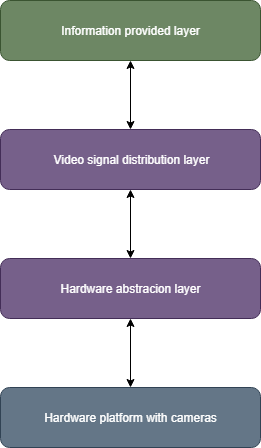
The draw.io diagram res/sw-arch-camera-service.png in rondor1/msc, before a commit. Source tidied: cells renumbered, new cells last; positions are measured from the earlier drawing's top-left corner, leaving out a move shared by most shapes.
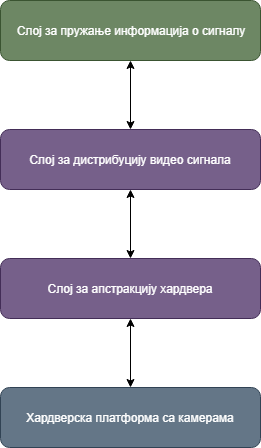
The same diagram one commit later.

Change to the diagram source:
```diff
@@ -2,13 +2,13 @@
   <root>
     <mxCell id="0" />
     <mxCell id="1" parent="0" />
-    <mxCell id="2" value="Information provided layer" style="rounded=1;whiteSpace=wrap;html=1;fillColor=#6d8764;strokeColor=#3A5431;fontColor=#ffffff;" parent="1" vertex="1">
+    <mxCell id="2" value="Слој за пружање информација о сигналу" style="rounded=1;whiteSpace=wrap;html=1;fillColor=#6d8764;strokeColor=#3A5431;fontColor=#ffffff;" parent="1" vertex="1">
       <mxGeometry width="260" height="60" as="geometry" />
     </mxCell>
-    <mxCell id="3" value="Video signal distribution layer" style="rounded=1;whiteSpace=wrap;html=1;fillColor=#76608a;strokeColor=#432D57;fontColor=#ffffff;" parent="1" vertex="1">
+    <mxCell id="3" value="Слој за дистрибуцију видео сигнала" style="rounded=1;whiteSpace=wrap;html=1;fillColor=#76608a;strokeColor=#432D57;fontColor=#ffffff;" parent="1" vertex="1">
       <mxGeometry y="129" width="260" height="60" as="geometry" />
     </mxCell>
-    <mxCell id="4" value="Hardware abstracion layer" style="rounded=1;whiteSpace=wrap;html=1;fillColor=#76608a;strokeColor=#432D57;fontColor=#ffffff;" parent="1" vertex="1">
+    <mxCell id="4" value="Слој за апстракцију хардвера" style="rounded=1;whiteSpace=wrap;html=1;fillColor=#76608a;strokeColor=#432D57;fontColor=#ffffff;" parent="1" vertex="1">
       <mxGeometry y="258" width="260" height="60" as="geometry" />
     </mxCell>
     <mxCell id="5" style="endArrow=classic;startArrow=classic;html=1;entryX=0.5;entryY=1;entryDx=0;entryDy=0;exitX=0.5;exitY=0;exitDx=0;exitDy=0;" parent="1" edge="1" source="4" target="3">
@@ -17,7 +17,7 @@
     <mxCell id="6" style="endArrow=classic;startArrow=classic;html=1;entryX=0.5;entryY=1;entryDx=0;entryDy=0;exitX=0.5;exitY=0;exitDx=0;exitDy=0;" parent="1" edge="1" source="3" target="2">
       <mxGeometry relative="1" as="geometry" />
     </mxCell>
-    <mxCell id="7" value="Hardware platform with cameras" style="rounded=1;whiteSpace=wrap;html=1;fillColor=#647687;strokeColor=#314354;fontColor=#ffffff;" parent="1" vertex="1">
+    <mxCell id="7" value="Хардверска платформа са камерама" style="rounded=1;whiteSpace=wrap;html=1;fillColor=#647687;strokeColor=#314354;fontColor=#ffffff;" parent="1" vertex="1">
       <mxGeometry y="387" width="260" height="60" as="geometry" />
     </mxCell>
     <mxCell id="8" style="endArrow=classic;startArrow=classic;html=1;entryX=0.5;entryY=1;entryDx=0;entryDy=0;exitX=0.5;exitY=0;exitDx=0;exitDy=0;" parent="1" edge="1" source="7" target="4">
```
